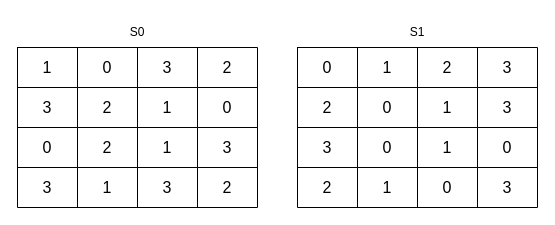
Earlier version of the draw.io diagram public/img/simpleDesPage/drawio/sBoxes.drawio (hejzlzd1/EducrypterUHK). Source tidied: cells renumbered, new cells numbered last; positions are measured from the earlier drawing's top-left corner, leaving out a move shared by most shapes. Both pictures are drawn from the tidied source at 100%, with x=0, y=0 at pixel (17, 17).
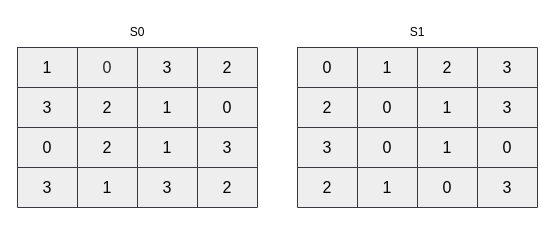
Above is the later version.

Unchanged cells that the change refers to:
```xml
<mxCell id="8" style="shape=tableRow;horizontal=0;startSize=0;swimlaneHead=0;swimlaneBody=0;strokeColor=inherit;top=0;left=0;bottom=0;right=0;fillColor=none;fontSize=16;" parent="2" vertex="1">
  <mxGeometry y="40" width="240" height="40" as="geometry" />
</mxCell>
<mxCell id="13" style="shape=tableRow;horizontal=0;startSize=0;swimlaneHead=0;swimlaneBody=0;strokeColor=inherit;top=0;left=0;bottom=0;right=0;fillColor=none;fontSize=16;" parent="2" vertex="1">
  <mxGeometry y="80" width="240" height="40" as="geometry" />
</mxCell>
<mxCell id="18" style="shape=tableRow;horizontal=0;startSize=0;swimlaneHead=0;swimlaneBody=0;strokeColor=inherit;top=0;left=0;bottom=0;right=0;fillColor=none;fontSize=16;" parent="2" vertex="1">
  <mxGeometry y="120" width="240" height="40" as="geometry" />
</mxCell>
<mxCell id="24" style="shape=tableRow;horizontal=0;startSize=0;swimlaneHead=0;swimlaneBody=0;strokeColor=inherit;top=0;left=0;bottom=0;right=0;fillColor=none;fontSize=16;" parent="23" vertex="1">
  <mxGeometry width="240" height="40" as="geometry" />
</mxCell>
<mxCell id="29" style="shape=tableRow;horizontal=0;startSize=0;swimlaneHead=0;swimlaneBody=0;strokeColor=inherit;top=0;left=0;bottom=0;right=0;fillColor=none;fontSize=16;" parent="23" vertex="1">
  <mxGeometry y="40" width="240" height="40" as="geometry" />
</mxCell>
<mxCell id="34" style="shape=tableRow;horizontal=0;startSize=0;swimlaneHead=0;swimlaneBody=0;strokeColor=inherit;top=0;left=0;bottom=0;right=0;fillColor=none;fontSize=16;" parent="23" vertex="1">
  <mxGeometry y="80" width="240" height="40" as="geometry" />
</mxCell>
<mxCell id="39" style="shape=tableRow;horizontal=0;startSize=0;swimlaneHead=0;swimlaneBody=0;strokeColor=inherit;top=0;left=0;bottom=0;right=0;fillColor=none;fontSize=16;" parent="23" vertex="1">
  <mxGeometry y="120" width="240" height="40" as="geometry" />
</mxCell>
```

The edit, as a diff of the source:
```diff
@@
-    <mxCell id="2" style="shape=table;startSize=0;childLayout=tableLayout;fontSize=16;" parent="1" vertex="1">
+    <mxCell id="2" style="shape=table;startSize=0;childLayout=tableLayout;fontSize=16;fillColor=#eeeeee;strokeColor=#36393d;" parent="1" vertex="1">
       <mxGeometry y="30" width="240" height="160" as="geometry" />
     </mxCell>
-    <mxCell id="3" style="shape=tableRow;horizontal=0;startSize=0;swimlaneHead=0;swimlaneBody=0;strokeColor=inherit;top=0;left=0;bottom=0;right=0;fillColor=none;fontSize=16;" parent="2" vertex="1">
+    <mxCell id="3" style="shape=tableRow;horizontal=0;startSize=0;swimlaneHead=0;swimlaneBody=0;strokeColor=inherit;top=0;left=0;bottom=0;right=0;fillColor=none;fontSize=16;fontColor=#000000;" parent="2" vertex="1">
       <mxGeometry width="240" height="40" as="geometry" />
     </mxCell>
-    <mxCell id="4" value="1" style="shape=partialRectangle;html=1;whiteSpace=wrap;strokeColor=inherit;overflow=hidden;fillColor=none;top=0;left=0;bottom=0;right=0;fontSize=16;" parent="3" vertex="1">
+    <mxCell id="4" value="&lt;font color=&quot;#000000&quot;&gt;1&lt;/font&gt;" style="shape=partialRectangle;html=1;whiteSpace=wrap;strokeColor=inherit;overflow=hidden;fillColor=none;top=0;left=0;bottom=0;right=0;fontSize=16;" parent="3" vertex="1">
       <mxGeometry width="60" height="40" as="geometry" />
     </mxCell>
-    <mxCell id="5" value="0" style="shape=partialRectangle;html=1;whiteSpace=wrap;strokeColor=inherit;overflow=hidden;fillColor=none;top=0;left=0;bottom=0;right=0;fontSize=16;" parent="3" vertex="1">
+    <mxCell id="5" value="&lt;font color=&quot;#262626&quot;&gt;0&lt;/font&gt;" style="shape=partialRectangle;html=1;whiteSpace=wrap;strokeColor=inherit;overflow=hidden;fillColor=none;top=0;left=0;bottom=0;right=0;fontSize=16;" parent="3" vertex="1">
       <mxGeometry x="60" width="60" height="40" as="geometry" />
     </mxCell>
-    <mxCell id="6" value="3" style="shape=partialRectangle;html=1;whiteSpace=wrap;strokeColor=inherit;overflow=hidden;fillColor=none;top=0;left=0;bottom=0;right=0;fontSize=16;" parent="3" vertex="1">
+    <mxCell id="6" value="3" style="shape=partialRectangle;html=1;whiteSpace=wrap;strokeColor=inherit;overflow=hidden;fillColor=none;top=0;left=0;bottom=0;right=0;fontSize=16;fontColor=#000000;" parent="3" vertex="1">
       <mxGeometry x="120" width="60" height="40" as="geometry" />
     </mxCell>
-    <mxCell id="7" value="2" style="shape=partialRectangle;html=1;whiteSpace=wrap;strokeColor=inherit;overflow=hidden;fillColor=none;top=0;left=0;bottom=0;right=0;fontSize=16;" parent="3" vertex="1">
+    <mxCell id="7" value="2" style="shape=partialRectangle;html=1;whiteSpace=wrap;strokeColor=inherit;overflow=hidden;fillColor=none;top=0;left=0;bottom=0;right=0;fontSize=16;fontColor=#000000;" parent="3" vertex="1">
       <mxGeometry x="180" width="60" height="40" as="geometry" />
     </mxCell>
@@
-    <mxCell id="9" value="3" style="shape=partialRectangle;html=1;whiteSpace=wrap;strokeColor=inherit;overflow=hidden;fillColor=none;top=0;left=0;bottom=0;right=0;fontSize=16;" parent="8" vertex="1">
+    <mxCell id="9" value="3" style="shape=partialRectangle;html=1;whiteSpace=wrap;strokeColor=inherit;overflow=hidden;fillColor=none;top=0;left=0;bottom=0;right=0;fontSize=16;fontColor=#000000;" parent="8" vertex="1">
       <mxGeometry width="60" height="40" as="geometry" />
     </mxCell>
-    <mxCell id="10" value="2" style="shape=partialRectangle;html=1;whiteSpace=wrap;strokeColor=inherit;overflow=hidden;fillColor=none;top=0;left=0;bottom=0;right=0;fontSize=16;" parent="8" vertex="1">
+    <mxCell id="10" value="2" style="shape=partialRectangle;html=1;whiteSpace=wrap;strokeColor=inherit;overflow=hidden;fillColor=none;top=0;left=0;bottom=0;right=0;fontSize=16;fontColor=#000000;" parent="8" vertex="1">
       <mxGeometry x="60" width="60" height="40" as="geometry" />
     </mxCell>
-    <mxCell id="11" value="1" style="shape=partialRectangle;html=1;whiteSpace=wrap;strokeColor=inherit;overflow=hidden;fillColor=none;top=0;left=0;bottom=0;right=0;fontSize=16;" parent="8" vertex="1">
+    <mxCell id="11" value="1" style="shape=partialRectangle;html=1;whiteSpace=wrap;strokeColor=inherit;overflow=hidden;fillColor=none;top=0;left=0;bottom=0;right=0;fontSize=16;fontColor=#000000;" parent="8" vertex="1">
       <mxGeometry x="120" width="60" height="40" as="geometry" />
     </mxCell>
-    <mxCell id="12" value="0" style="shape=partialRectangle;html=1;whiteSpace=wrap;strokeColor=inherit;overflow=hidden;fillColor=none;top=0;left=0;bottom=0;right=0;fontSize=16;" parent="8" vertex="1">
+    <mxCell id="12" value="0" style="shape=partialRectangle;html=1;whiteSpace=wrap;strokeColor=inherit;overflow=hidden;fillColor=none;top=0;left=0;bottom=0;right=0;fontSize=16;fontColor=#000000;" parent="8" vertex="1">
       <mxGeometry x="180" width="60" height="40" as="geometry" />
     </mxCell>
@@
-    <mxCell id="14" value="0" style="shape=partialRectangle;html=1;whiteSpace=wrap;strokeColor=inherit;overflow=hidden;fillColor=none;top=0;left=0;bottom=0;right=0;fontSize=16;" parent="13" vertex="1">
+    <mxCell id="14" value="0" style="shape=partialRectangle;html=1;whiteSpace=wrap;strokeColor=inherit;overflow=hidden;fillColor=none;top=0;left=0;bottom=0;right=0;fontSize=16;fontColor=#000000;" parent="13" vertex="1">
       <mxGeometry width="60" height="40" as="geometry" />
     </mxCell>
-    <mxCell id="15" value="2" style="shape=partialRectangle;html=1;whiteSpace=wrap;strokeColor=inherit;overflow=hidden;fillColor=none;top=0;left=0;bottom=0;right=0;fontSize=16;" parent="13" vertex="1">
+    <mxCell id="15" value="2" style="shape=partialRectangle;html=1;whiteSpace=wrap;strokeColor=inherit;overflow=hidden;fillColor=none;top=0;left=0;bottom=0;right=0;fontSize=16;fontColor=#000000;" parent="13" vertex="1">
       <mxGeometry x="60" width="60" height="40" as="geometry" />
     </mxCell>
-    <mxCell id="16" value="1" style="shape=partialRectangle;html=1;whiteSpace=wrap;strokeColor=inherit;overflow=hidden;fillColor=none;top=0;left=0;bottom=0;right=0;fontSize=16;" parent="13" vertex="1">
+    <mxCell id="16" value="1" style="shape=partialRectangle;html=1;whiteSpace=wrap;strokeColor=inherit;overflow=hidden;fillColor=none;top=0;left=0;bottom=0;right=0;fontSize=16;fontColor=#000000;" parent="13" vertex="1">
       <mxGeometry x="120" width="60" height="40" as="geometry" />
     </mxCell>
-    <mxCell id="17" value="3" style="shape=partialRectangle;html=1;whiteSpace=wrap;strokeColor=inherit;overflow=hidden;fillColor=none;top=0;left=0;bottom=0;right=0;fontSize=16;" parent="13" vertex="1">
+    <mxCell id="17" value="3" style="shape=partialRectangle;html=1;whiteSpace=wrap;strokeColor=inherit;overflow=hidden;fillColor=none;top=0;left=0;bottom=0;right=0;fontSize=16;fontColor=#000000;" parent="13" vertex="1">
       <mxGeometry x="180" width="60" height="40" as="geometry" />
     </mxCell>
@@
-    <mxCell id="19" value="3" style="shape=partialRectangle;html=1;whiteSpace=wrap;strokeColor=inherit;overflow=hidden;fillColor=none;top=0;left=0;bottom=0;right=0;fontSize=16;" parent="18" vertex="1">
+    <mxCell id="19" value="3" style="shape=partialRectangle;html=1;whiteSpace=wrap;strokeColor=inherit;overflow=hidden;fillColor=none;top=0;left=0;bottom=0;right=0;fontSize=16;fontColor=#000000;" parent="18" vertex="1">
       <mxGeometry width="60" height="40" as="geometry" />
     </mxCell>
-    <mxCell id="20" value="1" style="shape=partialRectangle;html=1;whiteSpace=wrap;strokeColor=inherit;overflow=hidden;fillColor=none;top=0;left=0;bottom=0;right=0;fontSize=16;" parent="18" vertex="1">
+    <mxCell id="20" value="1" style="shape=partialRectangle;html=1;whiteSpace=wrap;strokeColor=inherit;overflow=hidden;fillColor=none;top=0;left=0;bottom=0;right=0;fontSize=16;fontColor=#000000;" parent="18" vertex="1">
       <mxGeometry x="60" width="60" height="40" as="geometry" />
     </mxCell>
-    <mxCell id="21" value="3" style="shape=partialRectangle;html=1;whiteSpace=wrap;strokeColor=inherit;overflow=hidden;fillColor=none;top=0;left=0;bottom=0;right=0;fontSize=16;" parent="18" vertex="1">
+    <mxCell id="21" value="3" style="shape=partialRectangle;html=1;whiteSpace=wrap;strokeColor=inherit;overflow=hidden;fillColor=none;top=0;left=0;bottom=0;right=0;fontSize=16;fontColor=#000000;" parent="18" vertex="1">
       <mxGeometry x="120" width="60" height="40" as="geometry" />
     </mxCell>
-    <mxCell id="22" value="2" style="shape=partialRectangle;html=1;whiteSpace=wrap;strokeColor=inherit;overflow=hidden;fillColor=none;top=0;left=0;bottom=0;right=0;fontSize=16;" parent="18" vertex="1">
+    <mxCell id="22" value="2" style="shape=partialRectangle;html=1;whiteSpace=wrap;strokeColor=inherit;overflow=hidden;fillColor=none;top=0;left=0;bottom=0;right=0;fontSize=16;fontColor=#000000;" parent="18" vertex="1">
       <mxGeometry x="180" width="60" height="40" as="geometry" />
     </mxCell>
-    <mxCell id="23" style="shape=table;startSize=0;childLayout=tableLayout;fontSize=16;" parent="1" vertex="1">
+    <mxCell id="23" style="shape=table;startSize=0;childLayout=tableLayout;fontSize=16;fillColor=#eeeeee;strokeColor=#36393d;" parent="1" vertex="1">
       <mxGeometry x="280" y="30" width="240" height="160" as="geometry" />
     </mxCell>
@@
-    <mxCell id="25" value="0" style="shape=partialRectangle;html=1;whiteSpace=wrap;strokeColor=inherit;overflow=hidden;fillColor=none;top=0;left=0;bottom=0;right=0;fontSize=16;" parent="24" vertex="1">
+    <mxCell id="25" value="0" style="shape=partialRectangle;html=1;whiteSpace=wrap;strokeColor=inherit;overflow=hidden;fillColor=none;top=0;left=0;bottom=0;right=0;fontSize=16;fontColor=#000000;" parent="24" vertex="1">
       <mxGeometry width="60" height="40" as="geometry" />
     </mxCell>
-    <mxCell id="26" value="1" style="shape=partialRectangle;html=1;whiteSpace=wrap;strokeColor=inherit;overflow=hidden;fillColor=none;top=0;left=0;bottom=0;right=0;fontSize=16;" parent="24" vertex="1">
+    <mxCell id="26" value="1" style="shape=partialRectangle;html=1;whiteSpace=wrap;strokeColor=inherit;overflow=hidden;fillColor=none;top=0;left=0;bottom=0;right=0;fontSize=16;fontColor=#000000;" parent="24" vertex="1">
       <mxGeometry x="60" width="60" height="40" as="geometry" />
     </mxCell>
-    <mxCell id="27" value="2" style="shape=partialRectangle;html=1;whiteSpace=wrap;strokeColor=inherit;overflow=hidden;fillColor=none;top=0;left=0;bottom=0;right=0;fontSize=16;" parent="24" vertex="1">
+    <mxCell id="27" value="2" style="shape=partialRectangle;html=1;whiteSpace=wrap;strokeColor=inherit;overflow=hidden;fillColor=none;top=0;left=0;bottom=0;right=0;fontSize=16;fontColor=#000000;" parent="24" vertex="1">
       <mxGeometry x="120" width="60" height="40" as="geometry" />
     </mxCell>
-    <mxCell id="28" value="3" style="shape=partialRectangle;html=1;whiteSpace=wrap;strokeColor=inherit;overflow=hidden;fillColor=none;top=0;left=0;bottom=0;right=0;fontSize=16;" parent="24" vertex="1">
+    <mxCell id="28" value="3" style="shape=partialRectangle;html=1;whiteSpace=wrap;strokeColor=inherit;overflow=hidden;fillColor=none;top=0;left=0;bottom=0;right=0;fontSize=16;fontColor=#000000;" parent="24" vertex="1">
       <mxGeometry x="180" width="60" height="40" as="geometry" />
     </mxCell>
@@
-    <mxCell id="30" value="2" style="shape=partialRectangle;html=1;whiteSpace=wrap;strokeColor=inherit;overflow=hidden;fillColor=none;top=0;left=0;bottom=0;right=0;fontSize=16;" parent="29" vertex="1">
+    <mxCell id="30" value="2" style="shape=partialRectangle;html=1;whiteSpace=wrap;strokeColor=inherit;overflow=hidden;fillColor=none;top=0;left=0;bottom=0;right=0;fontSize=16;fontColor=#000000;" parent="29" vertex="1">
       <mxGeometry width="60" height="40" as="geometry" />
     </mxCell>
-    <mxCell id="31" value="0" style="shape=partialRectangle;html=1;whiteSpace=wrap;strokeColor=inherit;overflow=hidden;fillColor=none;top=0;left=0;bottom=0;right=0;fontSize=16;" parent="29" vertex="1">
+    <mxCell id="31" value="0" style="shape=partialRectangle;html=1;whiteSpace=wrap;strokeColor=inherit;overflow=hidden;fillColor=none;top=0;left=0;bottom=0;right=0;fontSize=16;fontColor=#000000;" parent="29" vertex="1">
       <mxGeometry x="60" width="60" height="40" as="geometry" />
     </mxCell>
-    <mxCell id="32" value="1" style="shape=partialRectangle;html=1;whiteSpace=wrap;strokeColor=inherit;overflow=hidden;fillColor=none;top=0;left=0;bottom=0;right=0;fontSize=16;" parent="29" vertex="1">
+    <mxCell id="32" value="1" style="shape=partialRectangle;html=1;whiteSpace=wrap;strokeColor=inherit;overflow=hidden;fillColor=none;top=0;left=0;bottom=0;right=0;fontSize=16;fontColor=#000000;" parent="29" vertex="1">
       <mxGeometry x="120" width="60" height="40" as="geometry" />
     </mxCell>
-    <mxCell id="33" value="3" style="shape=partialRectangle;html=1;whiteSpace=wrap;strokeColor=inherit;overflow=hidden;fillColor=none;top=0;left=0;bottom=0;right=0;fontSize=16;" parent="29" vertex="1">
+    <mxCell id="33" value="3" style="shape=partialRectangle;html=1;whiteSpace=wrap;strokeColor=inherit;overflow=hidden;fillColor=none;top=0;left=0;bottom=0;right=0;fontSize=16;fontColor=#000000;" parent="29" vertex="1">
       <mxGeometry x="180" width="60" height="40" as="geometry" />
     </mxCell>
@@
-    <mxCell id="35" value="3" style="shape=partialRectangle;html=1;whiteSpace=wrap;strokeColor=inherit;overflow=hidden;fillColor=none;top=0;left=0;bottom=0;right=0;fontSize=16;" parent="34" vertex="1">
+    <mxCell id="35" value="3" style="shape=partialRectangle;html=1;whiteSpace=wrap;strokeColor=inherit;overflow=hidden;fillColor=none;top=0;left=0;bottom=0;right=0;fontSize=16;fontColor=#000000;" parent="34" vertex="1">
       <mxGeometry width="60" height="40" as="geometry" />
     </mxCell>
-    <mxCell id="36" value="0" style="shape=partialRectangle;html=1;whiteSpace=wrap;strokeColor=inherit;overflow=hidden;fillColor=none;top=0;left=0;bottom=0;right=0;fontSize=16;" parent="34" vertex="1">
+    <mxCell id="36" value="0" style="shape=partialRectangle;html=1;whiteSpace=wrap;strokeColor=inherit;overflow=hidden;fillColor=none;top=0;left=0;bottom=0;right=0;fontSize=16;fontColor=#000000;" parent="34" vertex="1">
       <mxGeometry x="60" width="60" height="40" as="geometry" />
     </mxCell>
-    <mxCell id="37" value="1" style="shape=partialRectangle;html=1;whiteSpace=wrap;strokeColor=inherit;overflow=hidden;fillColor=none;top=0;left=0;bottom=0;right=0;fontSize=16;" parent="34" vertex="1">
+    <mxCell id="37" value="1" style="shape=partialRectangle;html=1;whiteSpace=wrap;strokeColor=inherit;overflow=hidden;fillColor=none;top=0;left=0;bottom=0;right=0;fontSize=16;fontColor=#000000;" parent="34" vertex="1">
       <mxGeometry x="120" width="60" height="40" as="geometry" />
     </mxCell>
-    <mxCell id="38" value="0" style="shape=partialRectangle;html=1;whiteSpace=wrap;strokeColor=inherit;overflow=hidden;fillColor=none;top=0;left=0;bottom=0;right=0;fontSize=16;" parent="34" vertex="1">
+    <mxCell id="38" value="0" style="shape=partialRectangle;html=1;whiteSpace=wrap;strokeColor=inherit;overflow=hidden;fillColor=none;top=0;left=0;bottom=0;right=0;fontSize=16;fontColor=#000000;" parent="34" vertex="1">
       <mxGeometry x="180" width="60" height="40" as="geometry" />
     </mxCell>
@@
-    <mxCell id="40" value="2" style="shape=partialRectangle;html=1;whiteSpace=wrap;strokeColor=inherit;overflow=hidden;fillColor=none;top=0;left=0;bottom=0;right=0;fontSize=16;" parent="39" vertex="1">
+    <mxCell id="40" value="2" style="shape=partialRectangle;html=1;whiteSpace=wrap;strokeColor=inherit;overflow=hidden;fillColor=none;top=0;left=0;bottom=0;right=0;fontSize=16;fontColor=#000000;" parent="39" vertex="1">
       <mxGeometry width="60" height="40" as="geometry" />
     </mxCell>
-    <mxCell id="41" value="1" style="shape=partialRectangle;html=1;whiteSpace=wrap;strokeColor=inherit;overflow=hidden;fillColor=none;top=0;left=0;bottom=0;right=0;fontSize=16;" parent="39" vertex="1">
+    <mxCell id="41" value="1" style="shape=partialRectangle;html=1;whiteSpace=wrap;strokeColor=inherit;overflow=hidden;fillColor=none;top=0;left=0;bottom=0;right=0;fontSize=16;fontColor=#000000;" parent="39" vertex="1">
       <mxGeometry x="60" width="60" height="40" as="geometry" />
     </mxCell>
-    <mxCell id="42" value="0" style="shape=partialRectangle;html=1;whiteSpace=wrap;strokeColor=inherit;overflow=hidden;fillColor=none;top=0;left=0;bottom=0;right=0;fontSize=16;" parent="39" vertex="1">
+    <mxCell id="42" value="0" style="shape=partialRectangle;html=1;whiteSpace=wrap;strokeColor=inherit;overflow=hidden;fillColor=none;top=0;left=0;bottom=0;right=0;fontSize=16;fontColor=#000000;" parent="39" vertex="1">
       <mxGeometry x="120" width="60" height="40" as="geometry" />
     </mxCell>
-    <mxCell id="43" value="3" style="shape=partialRectangle;html=1;whiteSpace=wrap;strokeColor=inherit;overflow=hidden;fillColor=none;top=0;left=0;bottom=0;right=0;fontSize=16;" parent="39" vertex="1">
+    <mxCell id="43" value="3" style="shape=partialRectangle;html=1;whiteSpace=wrap;strokeColor=inherit;overflow=hidden;fillColor=none;top=0;left=0;bottom=0;right=0;fontSize=16;fontColor=#000000;" parent="39" vertex="1">
       <mxGeometry x="180" width="60" height="40" as="geometry" />
     </mxCell>
-    <mxCell id="44" value="S0" style="text;html=1;strokeColor=none;fillColor=none;align=center;verticalAlign=middle;whiteSpace=wrap;rounded=0;" parent="1" vertex="1">
+    <mxCell id="44" value="S0" style="text;html=1;strokeColor=none;fillColor=none;align=center;verticalAlign=middle;whiteSpace=wrap;rounded=0;fontColor=#000000;" parent="1" vertex="1">
       <mxGeometry x="90" width="60" height="30" as="geometry" />
     </mxCell>
-    <mxCell id="45" value="S1" style="text;html=1;strokeColor=none;fillColor=none;align=center;verticalAlign=middle;whiteSpace=wrap;rounded=0;" parent="1" vertex="1">
+    <mxCell id="45" value="S1" style="text;html=1;strokeColor=none;fillColor=none;align=center;verticalAlign=middle;whiteSpace=wrap;rounded=0;fontColor=#000000;" parent="1" vertex="1">
       <mxGeometry x="370" width="60" height="30" as="geometry" />
     </mxCell>
```
